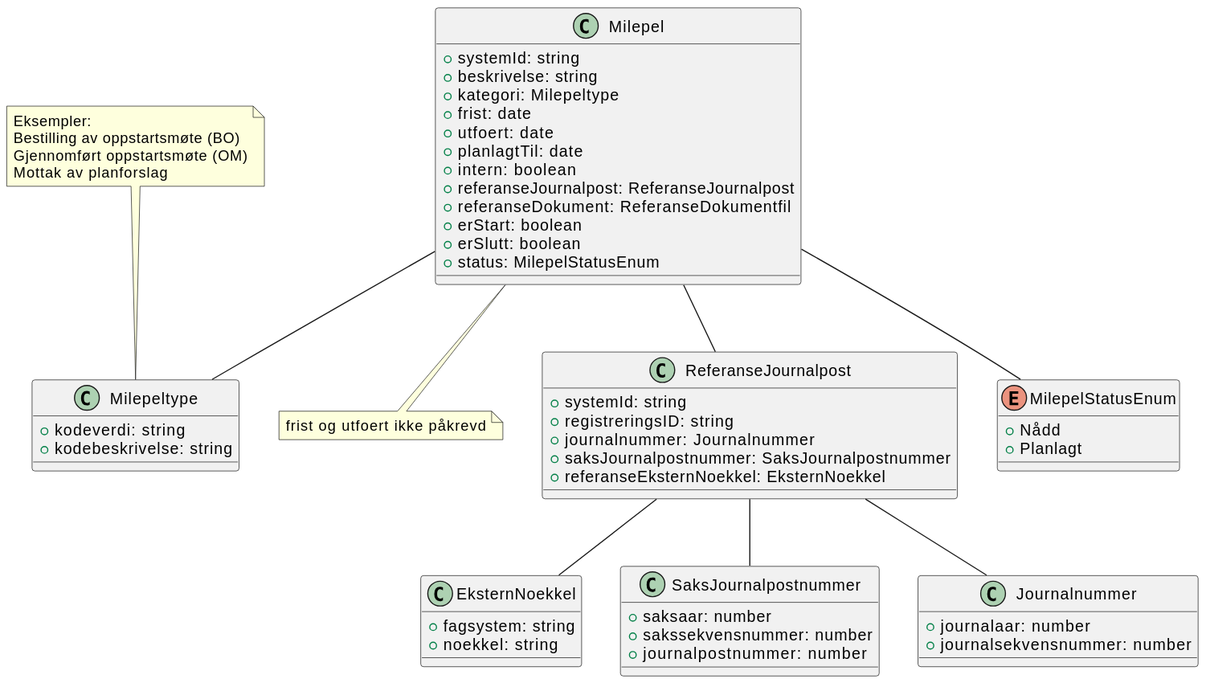
This is Dokumentasjon/V1/ClassDiagrams/no.ks.fiks.saksfaser.v1.felles.milepel/classdiagram.svg from ks-no/fiks-saksfaser-specification, a PlantUML export, as it was before one commit.
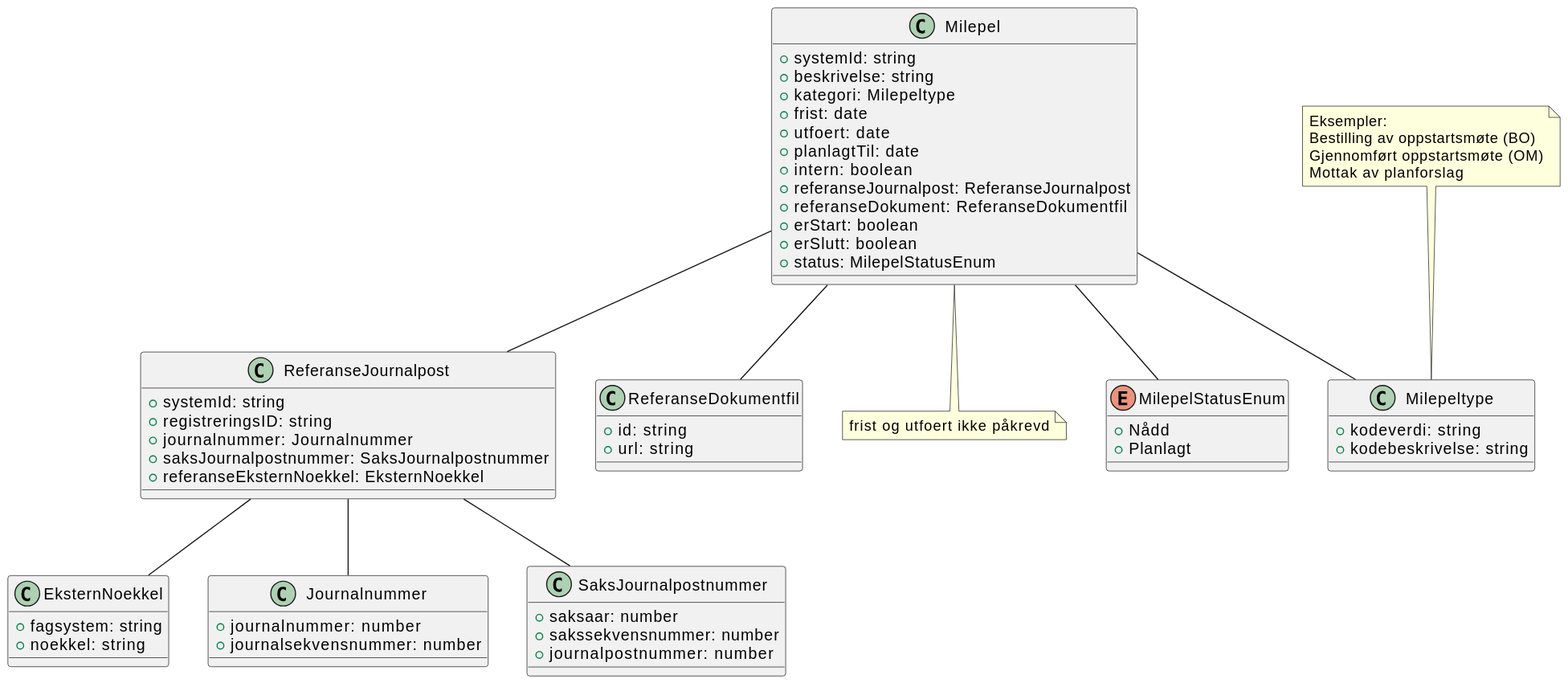
The same file after the commit.

What changed in the source:
```diff
@@ -1,4 +1,11 @@
 @startuml
+!include ./../no.ks.fiks.saksfaser.v1.felles.eksternnoekkel/classdiagram.pu
+!include ./../no.ks.fiks.saksfaser.v1.felles.journalnummer/classdiagram.pu
+!include ./../no.ks.fiks.saksfaser.v1.felles.referansejournalpost/classdiagram.pu
+!include ./../no.ks.fiks.saksfaser.v1.felles.saksjournalpostnummer/classdiagram.pu
+!include ./../no.ks.fiks.saksfaser.v1.felles.referansedokumentfil/classdiagram.pu
+
+
 class Milepel {
     +systemId: string
     +beskrivelse: string
@@ -27,13 +34,9 @@
 }
 
 Milepel -- ReferanseJournalpost
+Milepel -- ReferanseDokumentfil
 
-class ReferanseJournalpost {
-    +systemId: string
-    +registreringsID: string
-    +journalnummer: Journalnummer
-    +saksJournalpostnummer: SaksJournalpostnummer
-    +referanseEksternNoekkel: EksternNoekkel
+class ReferanseDokumentfil {
 }
 
 Milepel -- MilepelStatusEnum
@@ -41,22 +44,6 @@
 ReferanseJournalpost -- SaksJournalpostnummer
 ReferanseJournalpost -- Journalnummer
 
-class SaksJournalpostnummer {
-    +saksaar: number
-    +sakssekvensnummer: number
-    +journalpostnummer: number
-}
-
-class Journalnummer {
-    +journalaar: number
-    +journalsekvensnummer: number
-}
-
-class EksternNoekkel {
-    +fagsystem: string
-    +noekkel: string
-}
-
 enum MilepelStatusEnum {
     +Nådd
     +Planlagt
```
